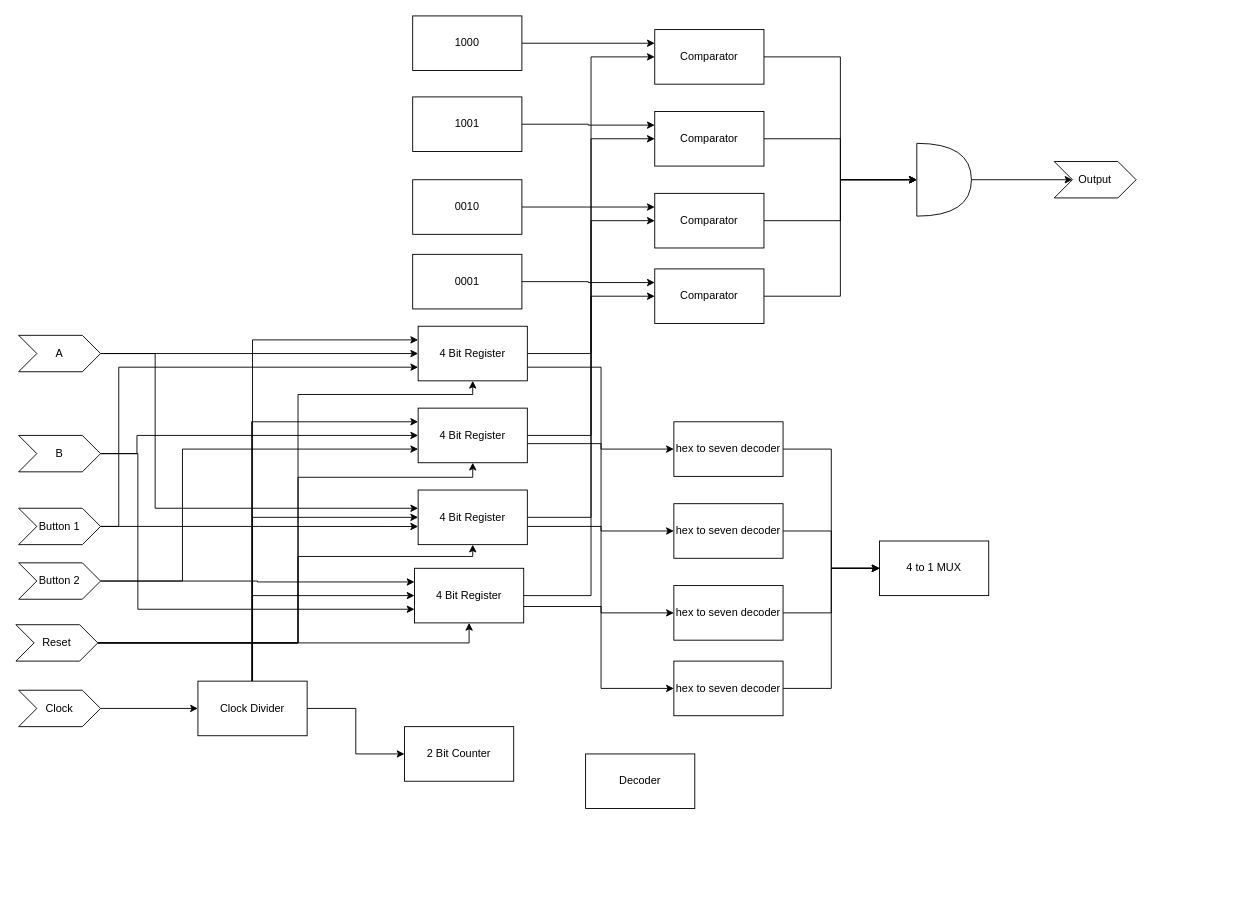
The draw.io diagram prac2.drawio in peter-tr/csse4010, before the edit. Source tidied: cells renumbered, new cells numbered last; positions are measured from the earlier drawing's top-left corner, leaving out a move shared by most shapes. Both pictures are drawn from the tidied source at 91%, with x=0, y=0 at pixel (15, 15).
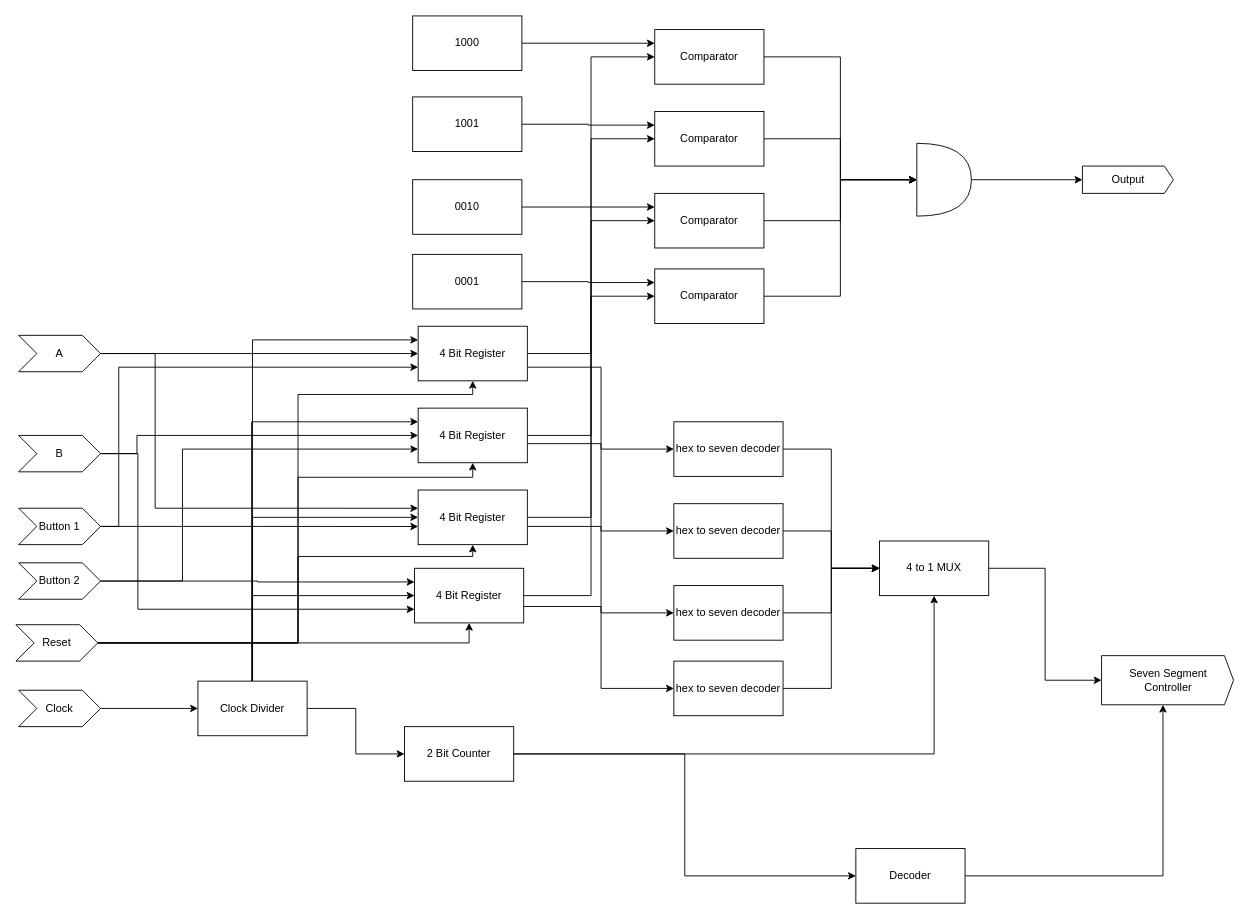
Above is the later version.

Unchanged cells that the change refers to:
```xml
<mxCell id="56" style="shape=or;whiteSpace=wrap;html=1;" parent="1" vertex="1">
  <mxGeometry x="990" y="140" width="60" height="80" as="geometry" />
</mxCell>
<mxCell id="58" value="4 to 1 MUX" style="rounded=0;whiteSpace=wrap;html=1;" parent="1" vertex="1">
  <mxGeometry x="949" y="577" width="120" height="60" as="geometry" />
</mxCell>
<mxCell id="59" value="2 Bit Counter" style="rounded=0;whiteSpace=wrap;html=1;" parent="1" vertex="1">
  <mxGeometry x="427" y="781" width="120" height="60" as="geometry" />
</mxCell>
```

What changed in the source:
```diff
@@
-    <mxCell id="55" style="edgeStyle=orthogonalEdgeStyle;rounded=0;jettySize=auto;html=1;entryX=0;entryY=0.5;entryDx=0;entryDy=0;" parent="1" edge="1" source="56" target="57">
+    <mxCell id="55" style="edgeStyle=orthogonalEdgeStyle;rounded=0;jettySize=auto;html=1;entryX=0;entryY=0.5;entryDx=0;entryDy=0;entryPerimeter=0;" parent="1" edge="1" source="56" target="57">
       <mxGeometry relative="1" as="geometry" />
     </mxCell>
@@
-    <mxCell id="57" value="Output" style="shape=step;perimeter=stepPerimeter;whiteSpace=wrap;html=1;fixedSize=1;" parent="1" vertex="1">
-      <mxGeometry x="1141" y="160" width="90" height="40" as="geometry" />
-    </mxCell>
+    <mxCell id="69" style="edgeStyle=orthogonalEdgeStyle;rounded=0;jettySize=auto;html=1;entryX=0;entryY=0.5;entryDx=0;entryDy=0;entryPerimeter=0;" parent="1" edge="1" source="58" target="73">
+      <mxGeometry relative="1" as="geometry" />
+    </mxCell>
@@
+    <mxCell id="70" style="edgeStyle=orthogonalEdgeStyle;rounded=0;jettySize=auto;html=1;entryX=0;entryY=0.5;entryDx=0;entryDy=0;" parent="1" edge="1" source="59" target="60">
+      <mxGeometry relative="1" as="geometry" />
+    </mxCell>
+    <mxCell id="71" style="edgeStyle=orthogonalEdgeStyle;rounded=0;jettySize=auto;html=1;" parent="1" edge="1" source="59" target="58">
+      <mxGeometry relative="1" as="geometry" />
+    </mxCell>
@@
+    <mxCell id="72" style="edgeStyle=orthogonalEdgeStyle;rounded=0;jettySize=auto;html=1;entryX=0;entryY=0;entryDx=67.5;entryDy=54;entryPerimeter=0;" parent="1" edge="1" source="60" target="73">
+      <mxGeometry relative="1" as="geometry" />
+    </mxCell>
     <mxCell id="60" value="Decoder" style="rounded=0;whiteSpace=wrap;html=1;" parent="1" vertex="1">
-      <mxGeometry x="626" y="811" width="120" height="60" as="geometry" />
+      <mxGeometry x="923" y="915" width="120" height="60" as="geometry" />
     </mxCell>
@@
+    <mxCell id="57" value="Output" style="html=1;shadow=0;dashed=0;align=center;verticalAlign=middle;shape=mxgraph.arrows2.arrow;dy=0;dx=10;notch=0;" parent="1" vertex="1">
+      <mxGeometry x="1172" y="165" width="100" height="30" as="geometry" />
+    </mxCell>
+    <mxCell id="73" value="Seven Segment &lt;br&gt;Controller" style="html=1;shadow=0;dashed=0;align=center;verticalAlign=middle;shape=mxgraph.arrows2.arrow;dy=0;dx=10;notch=0;" parent="1" vertex="1">
+      <mxGeometry x="1193" y="703" width="145" height="54" as="geometry" />
+    </mxCell>
```
